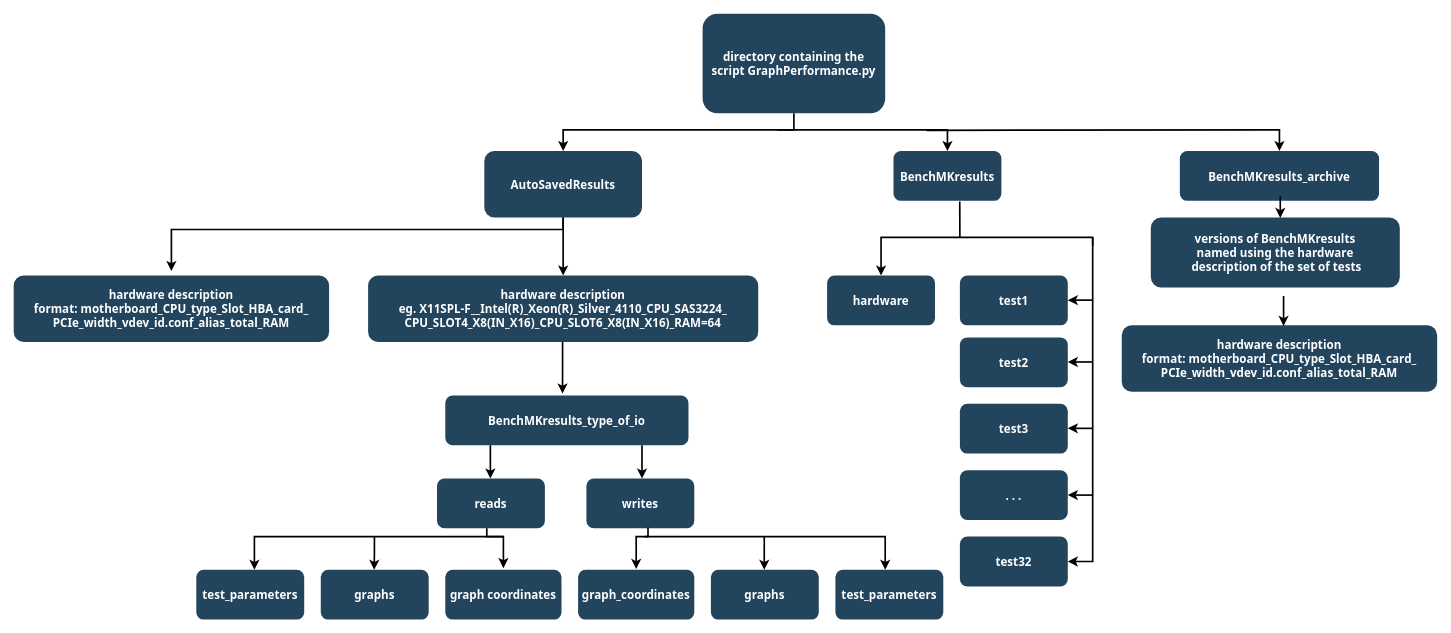
AaronXc/benchMahkin keeps this draw.io diagram as Untitled Diagram.drawio. Above is the earlier version. Source tidied: cells renumbered, new cells numbered last; positions are measured from the earlier drawing's top-left corner, leaving out a move shared by most shapes. Both pictures are drawn from the tidied source at 83%, with x=0, y=0 at pixel (13, 13).
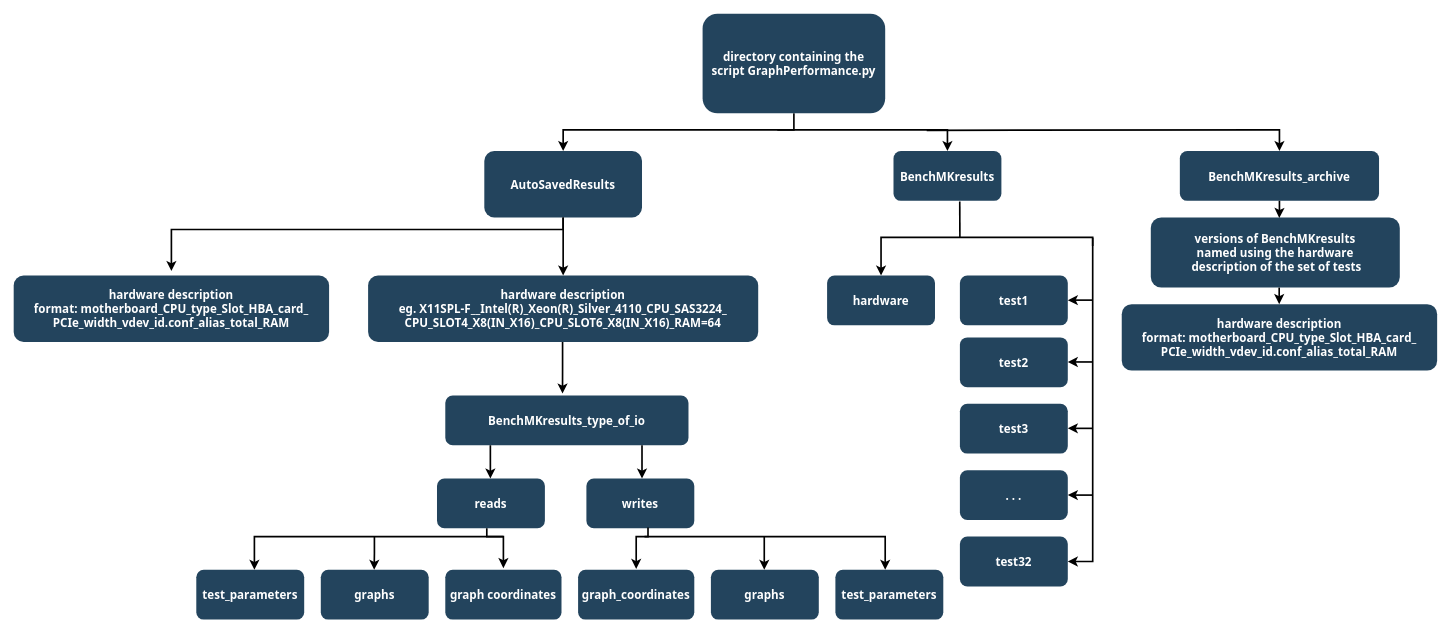
The same diagram, later.

Unchanged cells that the change refers to:
```xml
<mxCell id="26" value="BenchMKresults_archive" style="rounded=1;fillColor=#23445D;gradientColor=none;strokeColor=none;fontColor=#FFFFFF;fontStyle=1;fontFamily=Tahoma;fontSize=14;" parent="1" vertex="1">
  <mxGeometry x="1405" y="165.5" width="240" height="60" as="geometry" />
</mxCell>
<mxCell id="34" value="versions of BenchMKresults&#10;named using the hardware&#10; description of the set of tests" style="rounded=1;fillColor=#23445D;gradientColor=none;strokeColor=none;fontColor=#FFFFFF;fontStyle=1;fontFamily=Tahoma;fontSize=14;" parent="1" vertex="1">
  <mxGeometry x="1370" y="245.5" width="300" height="84.5" as="geometry" />
</mxCell>
```

What changed in the source:
```diff
@@
     <mxCell id="37" value="hardware description&#10;format: motherboard_CPU_type_Slot_HBA_card_&#10;PCIe_width_vdev_id.conf_alias_total_RAM" style="rounded=1;fillColor=#23445D;gradientColor=none;strokeColor=none;fontColor=#FFFFFF;fontStyle=1;fontFamily=Tahoma;fontSize=14;" parent="1" vertex="1">
-      <mxGeometry x="1335" y="375.5" width="380" height="80" as="geometry" />
+      <mxGeometry x="1335" y="350" width="380" height="80" as="geometry" />
     </mxCell>
@@
-    <mxCell id="39" style="edgeStyle=elbowEdgeStyle;elbow=vertical;strokeWidth=2;rounded=0;entryX=0.513;entryY=0.009;entryDx=0;entryDy=0;entryPerimeter=0;" parent="1" edge="1" target="37">
-      <mxGeometry x="1000" y="80" as="geometry">
-        <mxPoint x="1530" y="340" as="sourcePoint" />
+    <mxCell id="39" style="edgeStyle=elbowEdgeStyle;elbow=vertical;strokeWidth=2;rounded=0;" parent="1" edge="1">
+      <mxGeometry x="994.7" y="70" as="geometry">
+        <mxPoint x="1524.7" y="330" as="sourcePoint" />
+        <mxPoint x="1524.7" y="350" as="targetPoint" />
         <Array as="points">
-          <mxPoint x="1610" y="350" />
+          <mxPoint x="1524.7" y="350" />
         </Array>
       </mxGeometry>
     </mxCell>
-    <mxCell id="40" style="edgeStyle=elbowEdgeStyle;elbow=vertical;strokeWidth=2;rounded=0;entryX=0.52;entryY=0.007;entryDx=0;entryDy=0;entryPerimeter=0;" parent="1" edge="1" target="34">
+    <mxCell id="40" style="edgeStyle=elbowEdgeStyle;elbow=vertical;strokeWidth=2;rounded=0;exitX=0.5;exitY=1;exitDx=0;exitDy=0;entryX=0.516;entryY=0.006;entryDx=0;entryDy=0;entryPerimeter=0;" parent="1" edge="1" source="26" target="34">
       <mxGeometry x="940" y="-30" as="geometry">
-        <mxPoint x="1526" y="220" as="sourcePoint" />
         <Array as="points">
           <mxPoint x="1490" y="236" />
         </Array>
       </mxGeometry>
     </mxCell>
```
